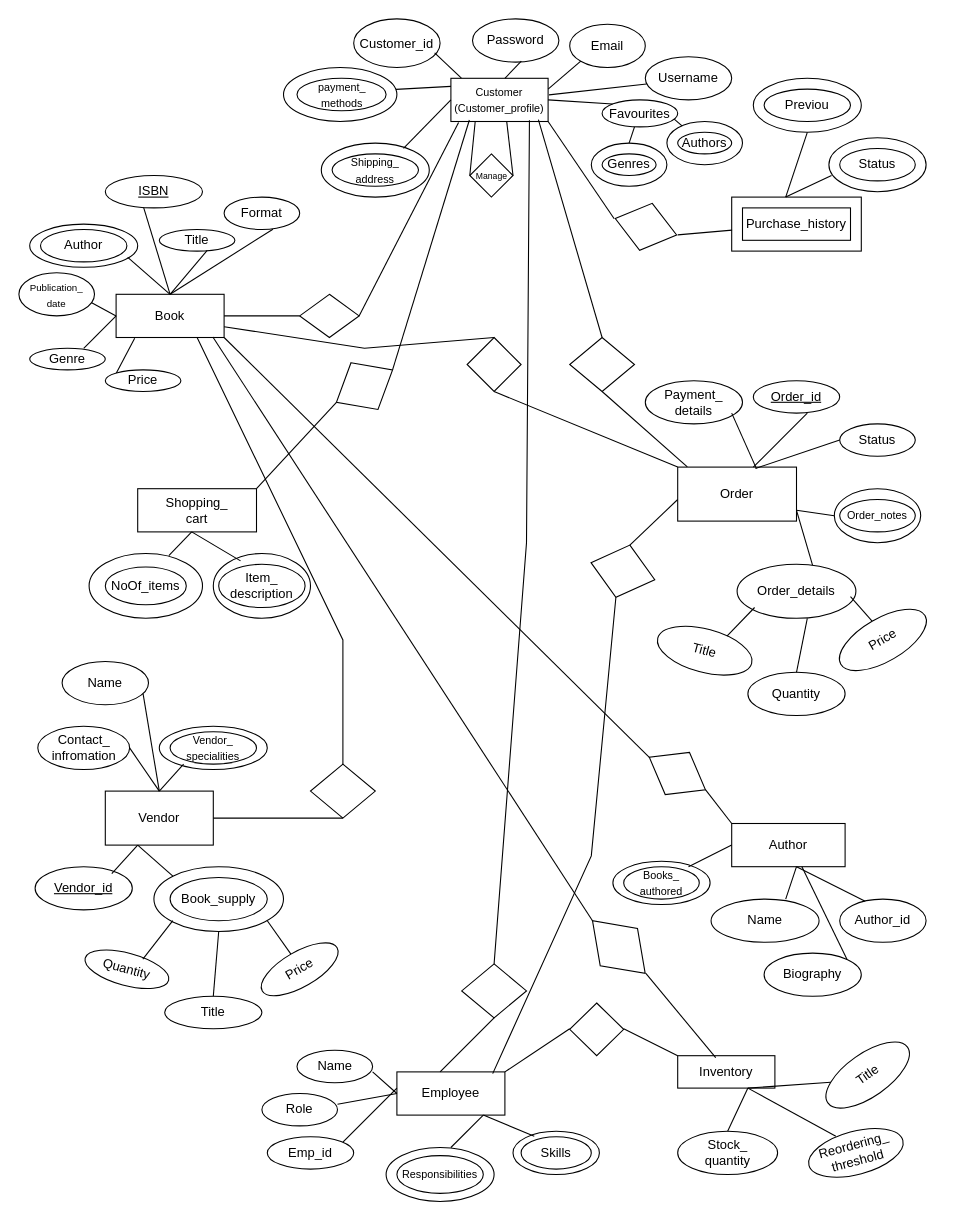
The draw.io diagram Untitled Diagram.drawio in pawaniKumari/disk, before the edit. Source tidied: cells renumbered, new cells numbered last; positions are measured from the earlier drawing's top-left corner, leaving out a move shared by most shapes. Both pictures are drawn from the tidied source at 108%, with x=0, y=0 at pixel (18, 18).
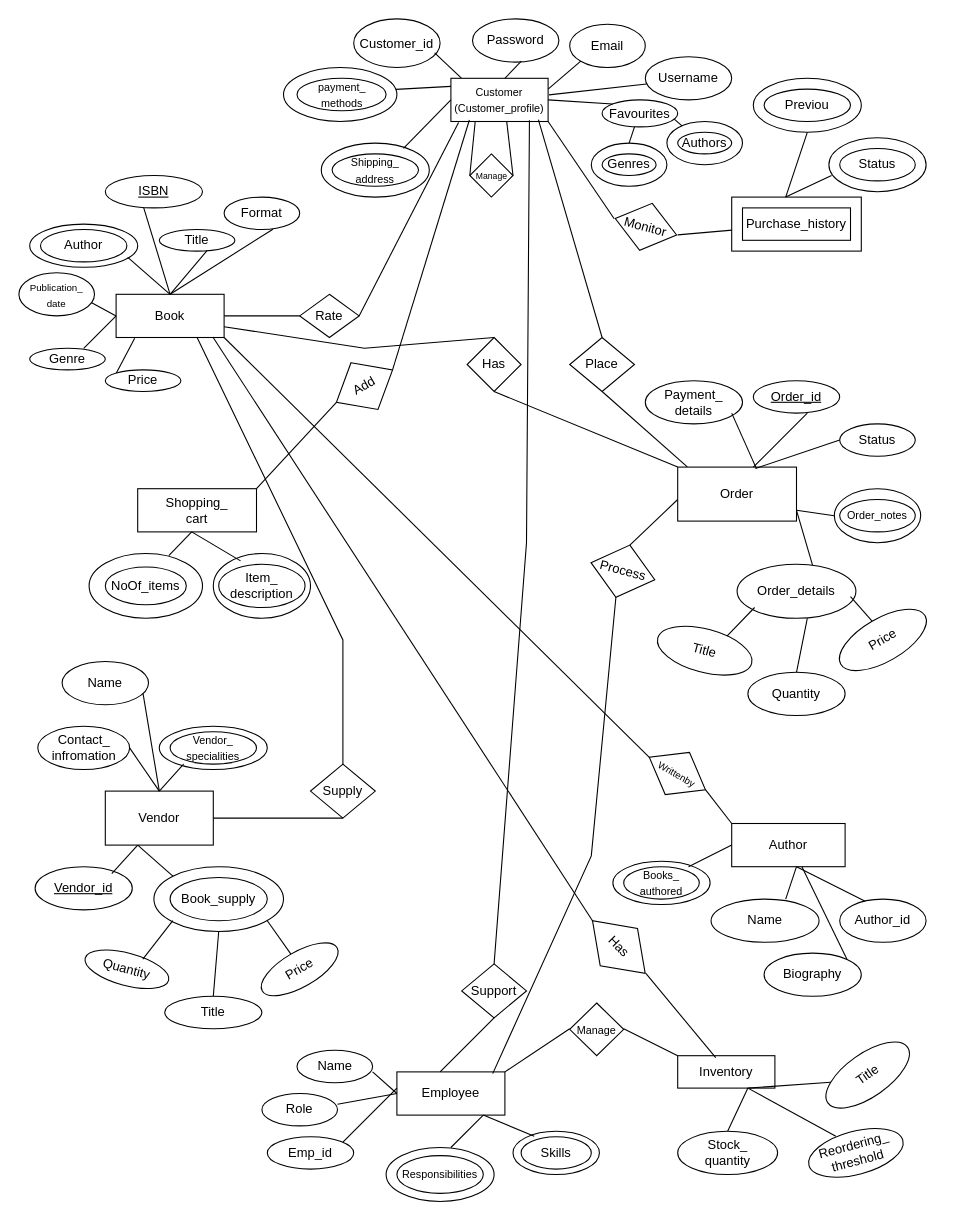
The same page after the edit.

The edit, as a diff of the source:
```diff
@@
-    <mxCell id="123" style="rhombus;whiteSpace=wrap;html=1;rotation=-30;" parent="1" vertex="1">
+    <mxCell id="123" value="Add" style="rhombus;whiteSpace=wrap;html=1;rotation=-30;" parent="1" vertex="1">
       <mxGeometry x="290" y="315" width="60" height="50" as="geometry" />
     </mxCell>
@@
-    <mxCell id="126" style="rhombus;whiteSpace=wrap;html=1;" parent="1" vertex="1">
+    <mxCell id="126" value="Rate" style="rhombus;whiteSpace=wrap;html=1;" parent="1" vertex="1">
       <mxGeometry x="260" y="255" width="55" height="40" as="geometry" />
     </mxCell>
@@
-    <mxCell id="129" style="rhombus;whiteSpace=wrap;html=1;rotation=15;" parent="1" vertex="1">
+    <mxCell id="129" value="Monitor" style="rhombus;whiteSpace=wrap;html=1;rotation=15;" parent="1" vertex="1">
       <mxGeometry x="551.2" y="170" width="58.8" height="45" as="geometry" />
     </mxCell>
@@
-    <mxCell id="135" style="rhombus;whiteSpace=wrap;html=1;direction=west;" parent="1" vertex="1">
+    <mxCell id="135" value="Place" style="rhombus;whiteSpace=wrap;html=1;direction=west;" parent="1" vertex="1">
       <mxGeometry x="510" y="295" width="60" height="50" as="geometry" />
     </mxCell>
@@
-    <mxCell id="138" style="rhombus;whiteSpace=wrap;html=1;rotation=0;" parent="1" vertex="1">
+    <mxCell id="138" value="Has" style="rhombus;whiteSpace=wrap;html=1;rotation=0;" parent="1" vertex="1">
       <mxGeometry x="415" y="295" width="50" height="50" as="geometry" />
     </mxCell>
@@
-    <mxCell id="141" style="rhombus;whiteSpace=wrap;html=1;rotation=30;" parent="1" vertex="1">
+    <mxCell id="141" value="&lt;font style=&quot;font-size: 9px;&quot;&gt;Writtenby&lt;/font&gt;" style="rhombus;whiteSpace=wrap;html=1;rotation=30;" parent="1" vertex="1">
       <mxGeometry x="579.7" y="676.2" width="60" height="45" as="geometry" />
     </mxCell>
@@
-    <mxCell id="144" style="rhombus;whiteSpace=wrap;html=1;rotation=45;" parent="1" vertex="1">
+    <mxCell id="144" value="Has" style="rhombus;whiteSpace=wrap;html=1;rotation=45;" parent="1" vertex="1">
       <mxGeometry x="521" y="835" width="69" height="48.8" as="geometry" />
     </mxCell>
@@
-    <mxCell id="147" style="rhombus;whiteSpace=wrap;html=1;" parent="1" vertex="1">
+    <mxCell id="147" value="Supply" style="rhombus;whiteSpace=wrap;html=1;" parent="1" vertex="1">
       <mxGeometry x="270" y="690" width="60" height="50" as="geometry" />
     </mxCell>
@@
-    <mxCell id="150" style="rhombus;whiteSpace=wrap;html=1;" parent="1" vertex="1">
+    <mxCell id="150" value="&lt;font style=&quot;font-size: 10px;&quot;&gt;Manage&lt;/font&gt;" style="rhombus;whiteSpace=wrap;html=1;" parent="1" vertex="1">
       <mxGeometry x="510" y="911.2" width="50" height="48.8" as="geometry" />
     </mxCell>
@@
-    <mxCell id="153" style="rhombus;whiteSpace=wrap;html=1;rotation=15;" parent="1" vertex="1">
+    <mxCell id="153" value="Process" style="rhombus;whiteSpace=wrap;html=1;rotation=15;" parent="1" vertex="1">
       <mxGeometry x="528.7" y="486.4" width="61.1" height="50" as="geometry" />
     </mxCell>
-    <mxCell id="154" style="rhombus;whiteSpace=wrap;html=1;" parent="1" vertex="1">
+    <mxCell id="154" value="Support" style="rhombus;whiteSpace=wrap;html=1;" parent="1" vertex="1">
       <mxGeometry x="410" y="875" width="60" height="50" as="geometry" />
     </mxCell>
```
